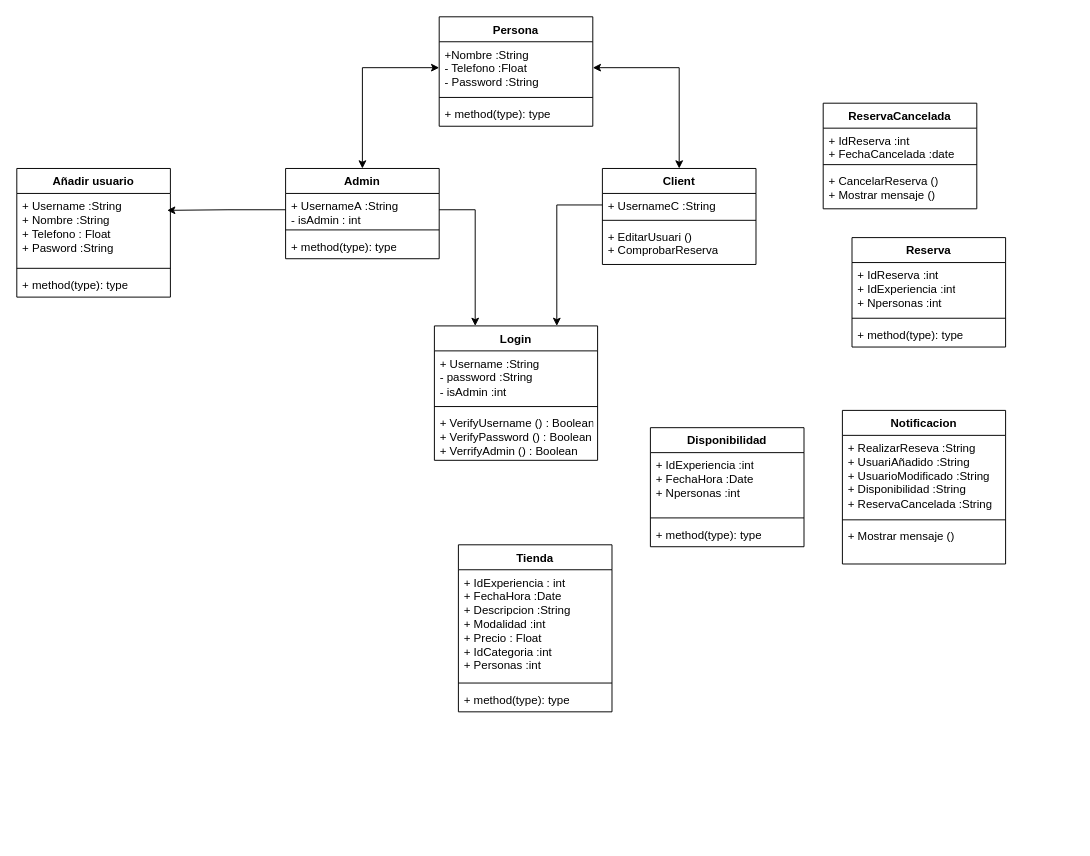
Before: Diagramas/UML_XaJo.drawio in joam6/Sailing_XaJo, a draw.io diagram. Source tidied: cells renumbered, new cells numbered last; positions are measured from the earlier drawing's top-left corner, leaving out a move shared by most shapes. Both pictures are drawn from the tidied source at 96%, with x=0, y=0 at pixel (16, 16).
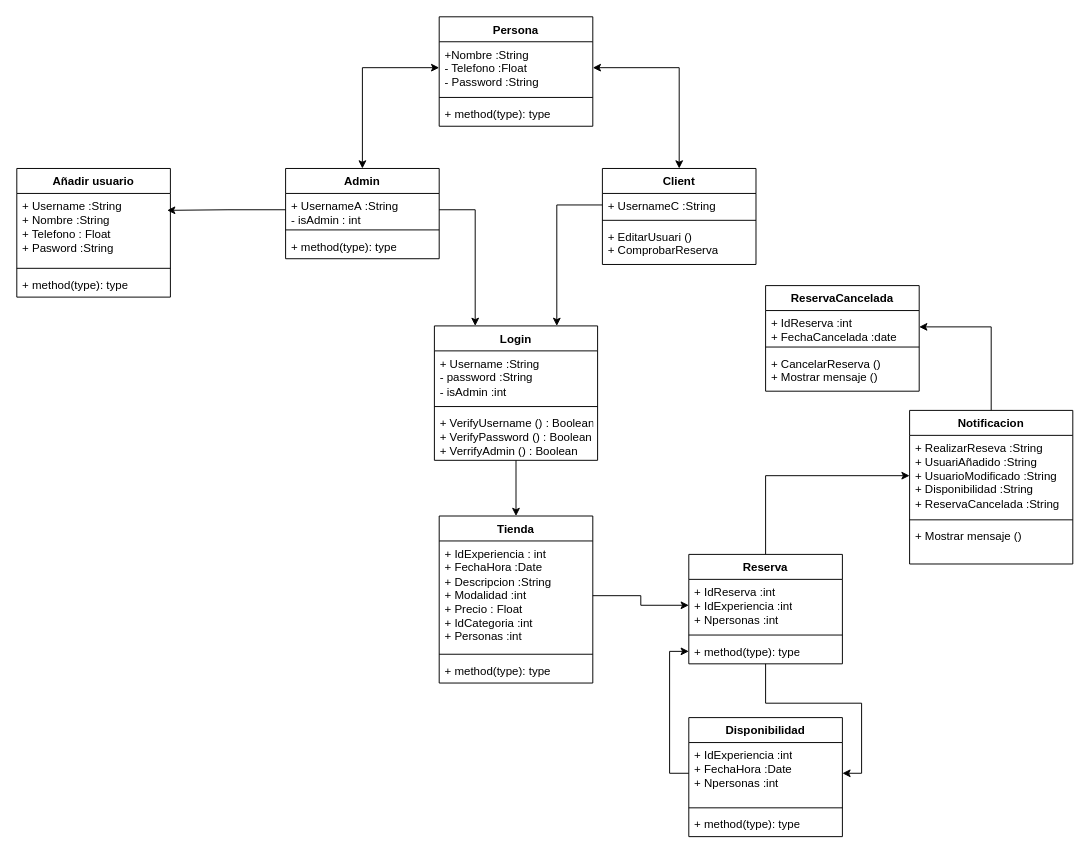
Above is the later version.

The change refers to these unchanged cells:
```xml
<mxCell id="2" value="Login" style="swimlane;fontStyle=1;align=center;verticalAlign=top;horizontal=1;startSize=26;whiteSpace=wrap;html=1;" parent="1" vertex="1">
  <mxGeometry x="435" y="322" width="170" height="140" as="geometry" />
</mxCell>
<mxCell id="21" value="+ IdReserva :int&lt;br&gt;+ IdExperiencia :int&lt;br&gt;+ Npersonas :int" style="text;strokeColor=none;fillColor=none;align=left;verticalAlign=top;spacingLeft=4;spacingRight=4;overflow=hidden;points=[[0,0.5],[1,0.5]];portConstraint=eastwest;whiteSpace=wrap;html=1;" parent="20" vertex="1">
  <mxGeometry y="26" width="160" height="54" as="geometry" />
</mxCell>
<mxCell id="23" value="+ method(type): type" style="text;strokeColor=none;fillColor=none;align=left;verticalAlign=top;spacingLeft=4;spacingRight=4;overflow=hidden;points=[[0,0.5],[1,0.5]];portConstraint=eastwest;whiteSpace=wrap;html=1;" parent="20" vertex="1">
  <mxGeometry y="88" width="160" height="26" as="geometry" />
</mxCell>
<mxCell id="25" value="+ RealizarReseva :String&lt;br&gt;+ UsuariAñadido :String&lt;br&gt;+ UsuarioModificado :String&lt;br&gt;+ Disponibilidad :String&lt;br&gt;+ ReservaCancelada :String" style="text;strokeColor=none;fillColor=none;align=left;verticalAlign=top;spacingLeft=4;spacingRight=4;overflow=hidden;points=[[0,0.5],[1,0.5]];portConstraint=eastwest;whiteSpace=wrap;html=1;" parent="24" vertex="1">
  <mxGeometry y="26" width="170" height="84" as="geometry" />
</mxCell>
<mxCell id="33" value="+ IdReserva :int&lt;br&gt;+ FechaCancelada :date" style="text;strokeColor=none;fillColor=none;align=left;verticalAlign=top;spacingLeft=4;spacingRight=4;overflow=hidden;points=[[0,0.5],[1,0.5]];portConstraint=eastwest;whiteSpace=wrap;html=1;" parent="32" vertex="1">
  <mxGeometry y="26" width="160" height="34" as="geometry" />
</mxCell>
<mxCell id="37" value="+ IdExperiencia :int&lt;br&gt;+ Fecha&lt;span style=&quot;background-color: initial;&quot;&gt;Hora :Date&lt;/span&gt;&lt;div&gt;+ Npersonas :int&lt;/div&gt;" style="text;strokeColor=none;fillColor=none;align=left;verticalAlign=top;spacingLeft=4;spacingRight=4;overflow=hidden;points=[[0,0.5],[1,0.5]];portConstraint=eastwest;whiteSpace=wrap;html=1;" parent="36" vertex="1">
  <mxGeometry y="26" width="160" height="64" as="geometry" />
</mxCell>
<mxCell id="41" value="+ IdExperiencia : int&lt;br&gt;+ FechaHora :Date&lt;br&gt;+ Descripcion :String&lt;br&gt;+ Modalidad :int&lt;br&gt;+ Precio : Float&lt;br&gt;+ IdCategoria :int&lt;br&gt;+ Personas :int" style="text;strokeColor=none;fillColor=none;align=left;verticalAlign=top;spacingLeft=4;spacingRight=4;overflow=hidden;points=[[0,0.5],[1,0.5]];portConstraint=eastwest;whiteSpace=wrap;html=1;" parent="40" vertex="1">
  <mxGeometry y="26" width="160" height="114" as="geometry" />
</mxCell>
```

Change to the diagram source:
```diff
@@
+    <mxCell id="47" style="edgeStyle=orthogonalEdgeStyle;rounded=0;jettySize=auto;html=1;entryX=0.5;entryY=0;entryDx=0;entryDy=0;" parent="1" edge="1" source="2" target="40">
+      <mxGeometry relative="1" as="geometry" />
+    </mxCell>
@@
+    <mxCell id="48" style="edgeStyle=orthogonalEdgeStyle;rounded=0;jettySize=auto;html=1;" parent="1" edge="1" source="20" target="37">
+      <mxGeometry relative="1" as="geometry" />
+    </mxCell>
+    <mxCell id="49" style="edgeStyle=orthogonalEdgeStyle;rounded=0;jettySize=auto;html=1;entryX=0;entryY=0.5;entryDx=0;entryDy=0;" parent="1" edge="1" source="20" target="25">
+      <mxGeometry relative="1" as="geometry" />
+    </mxCell>
     <mxCell id="20" value="Reserva" style="swimlane;fontStyle=1;align=center;verticalAlign=top;horizontal=1;startSize=26;whiteSpace=wrap;html=1;" parent="1" vertex="1">
-      <mxGeometry x="870" y="230" width="160" height="114" as="geometry" />
+      <mxGeometry x="700" y="560" width="160" height="114" as="geometry" />
     </mxCell>
@@
+    <mxCell id="50" style="edgeStyle=orthogonalEdgeStyle;rounded=0;jettySize=auto;html=1;entryX=1;entryY=0.5;entryDx=0;entryDy=0;" parent="1" edge="1" source="24" target="33">
+      <mxGeometry relative="1" as="geometry" />
+    </mxCell>
     <mxCell id="24" value="Notificacion" style="swimlane;fontStyle=1;align=center;verticalAlign=top;horizontal=1;startSize=26;whiteSpace=wrap;html=1;" parent="1" vertex="1">
-      <mxGeometry x="860" y="410" width="170" height="160" as="geometry" />
+      <mxGeometry x="930" y="410" width="170" height="160" as="geometry" />
     </mxCell>
@@
     <mxCell id="32" value="ReservaCancelada" style="swimlane;fontStyle=1;align=center;verticalAlign=top;horizontal=1;startSize=26;whiteSpace=wrap;html=1;" parent="1" vertex="1">
-      <mxGeometry x="840" y="90" width="160" height="110" as="geometry" />
+      <mxGeometry x="780" y="280" width="160" height="110" as="geometry" />
     </mxCell>
@@
     <mxCell id="36" value="Disponibilidad" style="swimlane;fontStyle=1;align=center;verticalAlign=top;horizontal=1;startSize=26;whiteSpace=wrap;html=1;" parent="1" vertex="1">
-      <mxGeometry x="660" y="428" width="160" height="124" as="geometry" />
+      <mxGeometry x="700" y="730" width="160" height="124" as="geometry" />
     </mxCell>
@@
     <mxCell id="40" value="Tienda" style="swimlane;fontStyle=1;align=center;verticalAlign=top;horizontal=1;startSize=26;whiteSpace=wrap;html=1;" parent="1" vertex="1">
-      <mxGeometry x="460" y="550" width="160" height="174" as="geometry" />
+      <mxGeometry x="440" y="520" width="160" height="174" as="geometry" />
     </mxCell>
@@
+    <mxCell id="51" style="edgeStyle=orthogonalEdgeStyle;rounded=0;jettySize=auto;html=1;entryX=0;entryY=0.5;entryDx=0;entryDy=0;" parent="1" edge="1" source="41" target="21">
+      <mxGeometry relative="1" as="geometry" />
+    </mxCell>
+    <mxCell id="52" style="edgeStyle=orthogonalEdgeStyle;rounded=0;jettySize=auto;html=1;exitX=0;exitY=0.5;exitDx=0;exitDy=0;entryX=0;entryY=0.5;entryDx=0;entryDy=0;" parent="1" edge="1" source="37" target="23">
+      <mxGeometry relative="1" as="geometry" />
+    </mxCell>
```
